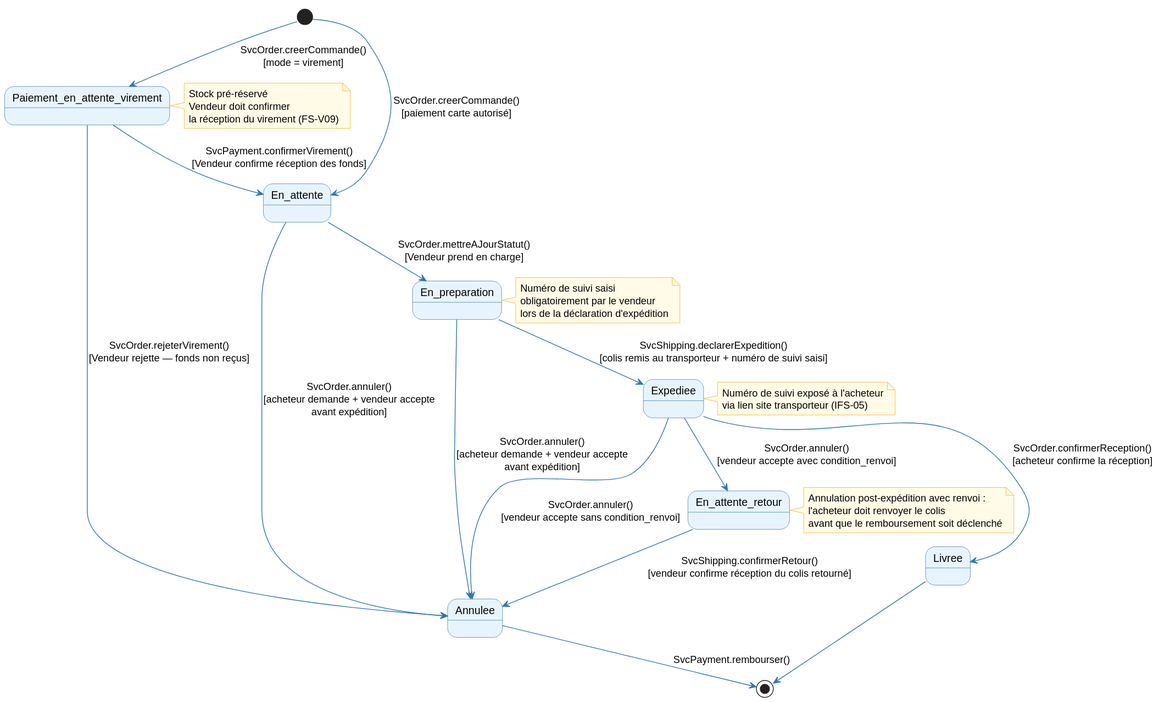
The PlantUML diagram architecture/03-logical-architecture/diagrams/la-states-commande.svg in louistalvande/online_shop, before a commit.
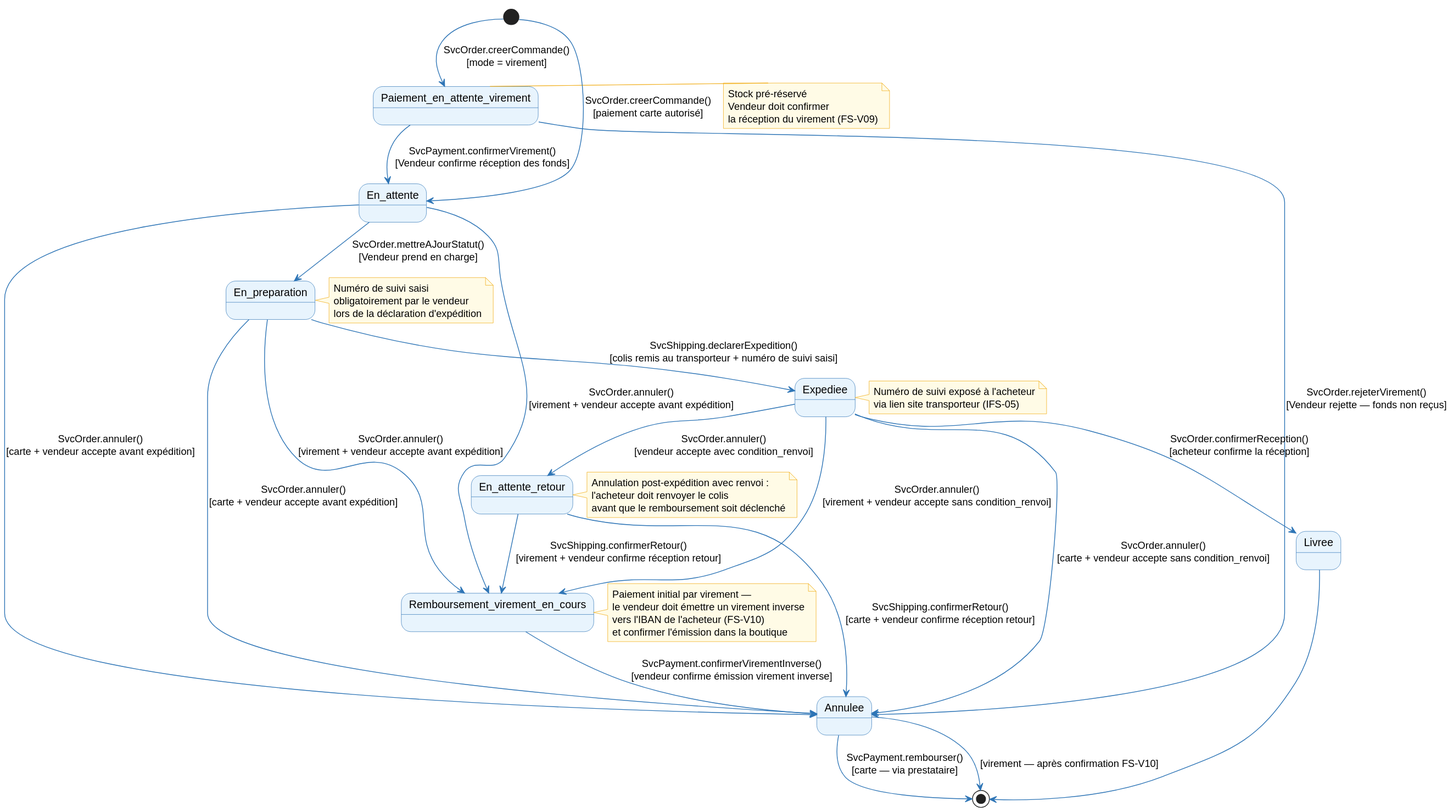
Later version of the same file.

The edit, as a diff of the source:
```diff
@@ -19,15 +19,22 @@
 
 Livree --> [*]
 
-En_attente --> Annulee : SvcOrder.annuler()\n[acheteur demande + vendeur accepte\navant expédition]
-En_preparation --> Annulee : SvcOrder.annuler()\n[acheteur demande + vendeur accepte\navant expédition]
+En_attente --> Annulee : SvcOrder.annuler()\n[carte + vendeur accepte avant expédition]
+En_attente --> Remboursement_virement_en_cours : SvcOrder.annuler()\n[virement + vendeur accepte avant expédition]
+En_preparation --> Annulee : SvcOrder.annuler()\n[carte + vendeur accepte avant expédition]
+En_preparation --> Remboursement_virement_en_cours : SvcOrder.annuler()\n[virement + vendeur accepte avant expédition]
 
 Expediee --> En_attente_retour : SvcOrder.annuler()\n[vendeur accepte avec condition_renvoi]
-Expediee --> Annulee : SvcOrder.annuler()\n[vendeur accepte sans condition_renvoi]
+Expediee --> Annulee : SvcOrder.annuler()\n[carte + vendeur accepte sans condition_renvoi]
+Expediee --> Remboursement_virement_en_cours : SvcOrder.annuler()\n[virement + vendeur accepte sans condition_renvoi]
 
-En_attente_retour --> Annulee : SvcShipping.confirmerRetour()\n[vendeur confirme réception du colis retourné]
+En_attente_retour --> Annulee : SvcShipping.confirmerRetour()\n[carte + vendeur confirme réception retour]
+En_attente_retour --> Remboursement_virement_en_cours : SvcShipping.confirmerRetour()\n[virement + vendeur confirme réception retour]
 
-Annulee --> [*] : SvcPayment.rembourser()
+Remboursement_virement_en_cours --> Annulee : SvcPayment.confirmerVirementInverse()\n[vendeur confirme émission virement inverse]
+
+Annulee --> [*] : SvcPayment.rembourser()\n[carte — via prestataire]
+Annulee --> [*] : [virement — après confirmation FS-V10]
 
 note right of Paiement_en_attente_virement
   Stock pré-réservé
@@ -47,6 +54,13 @@
   avant que le remboursement soit déclenché
 end note
 
+note right of Remboursement_virement_en_cours
+  Paiement initial par virement —
+  le vendeur doit émettre un virement inverse
+  vers l'IBAN de l'acheteur (FS-V10)
+  et confirmer l'émission dans la boutique
+end note
+
 note right of Expediee
   Numéro de suivi exposé à l'acheteur
   via lien site transporteur (IFS-05)
```
